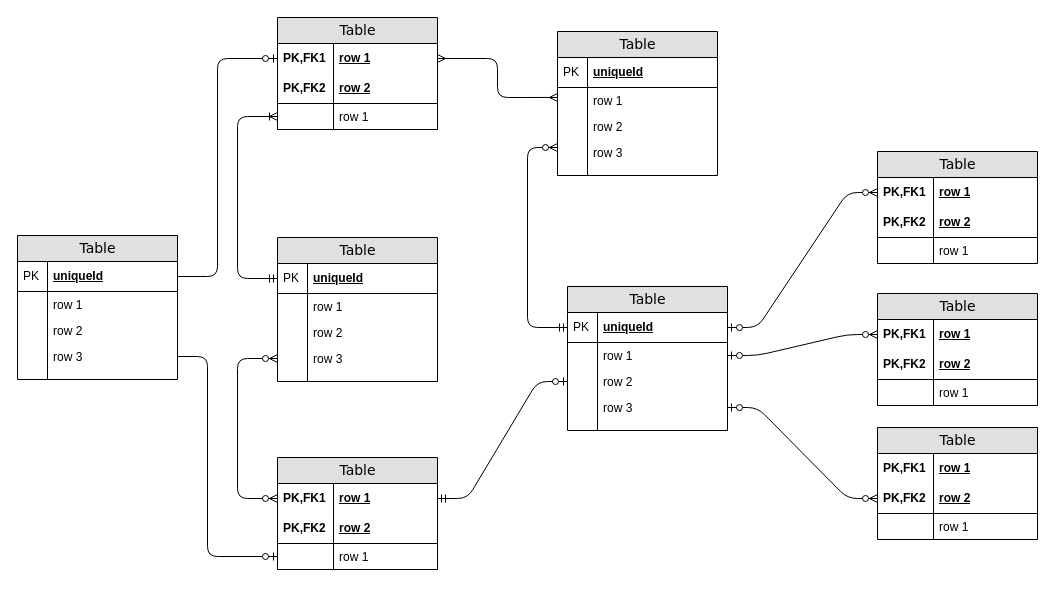
This is Untitled Diagram.drawio from rfhussain/AGDW, a draw.io file, before an edit. Source tidied: cells renumbered, new cells numbered last; positions are measured from the earlier drawing's top-left corner, leaving out a move shared by most shapes. Both pictures are drawn from the tidied source at 100%, with x=0, y=0 at pixel (17, 17).
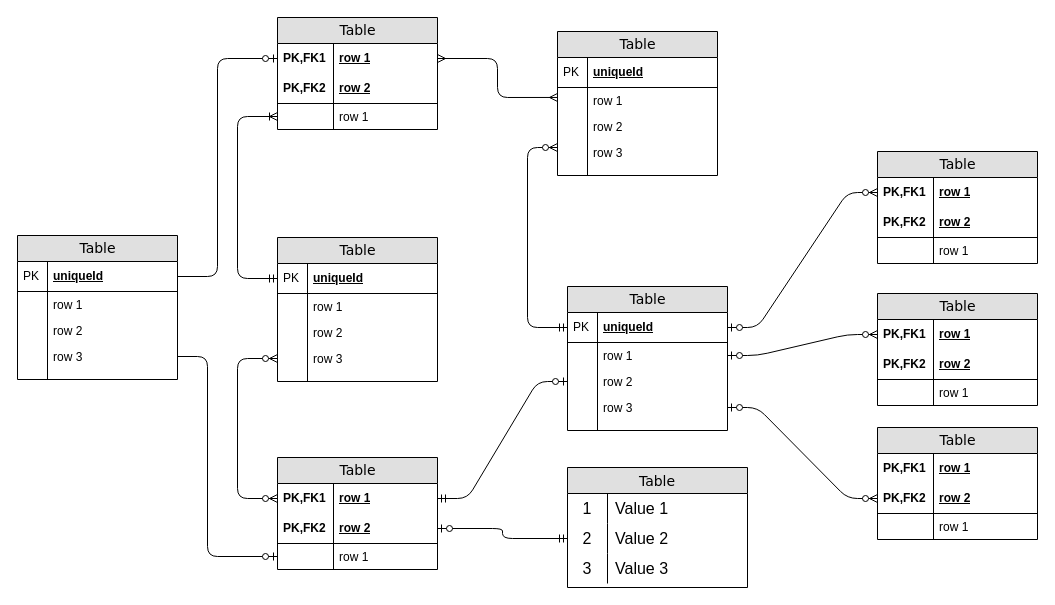
The same page after the edit.

Unchanged cells that the change refers to:
```xml
<mxCell id="52" value="row 2" style="shape=partialRectangle;top=0;left=0;right=0;bottom=1;html=1;align=left;verticalAlign=middle;fillColor=none;spacingLeft=60;spacingRight=4;whiteSpace=wrap;overflow=hidden;points=[[0,0.5],[1,0.5]];portConstraint=eastwest;fontStyle=5;" parent="49" vertex="1">
  <mxGeometry y="56" width="160" height="30" as="geometry" />
</mxCell>
```

Diff of the diagram source:
```diff
@@
+    <mxCell id="91" value="Table" style="shape=table;startSize=26;childLayout=tableLayout;rowLines=0;fontStyle=0;strokeColor=default;fontSize=14;fontFamily=Verdana;fillColor=#e0e0e0;swimlaneFillColor=#ffffff;rounded=0;shadow=0;comic=0;labelBackgroundColor=none;strokeWidth=1;" parent="1" vertex="1">
+      <mxGeometry x="550" y="450" width="180" height="120" as="geometry" />
+    </mxCell>
+    <mxCell id="92" style="shape=tableRow;horizontal=0;startSize=0;swimlaneHead=0;swimlaneBody=0;top=0;left=0;bottom=0;right=0;fillColor=none;strokeColor=inherit;fontSize=16;" parent="91" vertex="1">
+      <mxGeometry y="26" width="180" height="30" as="geometry" />
+    </mxCell>
+    <mxCell id="93" value="1" style="shape=partialRectangle;html=1;whiteSpace=wrap;fillColor=none;top=0;left=0;bottom=0;right=0;overflow=hidden;strokeColor=inherit;fontSize=16;" parent="92" vertex="1">
+      <mxGeometry width="40" height="30" as="geometry" />
+    </mxCell>
+    <mxCell id="94" value="Value 1" style="shape=partialRectangle;html=1;whiteSpace=wrap;fillColor=none;top=0;left=0;bottom=0;right=0;align=left;spacingLeft=6;overflow=hidden;strokeColor=inherit;fontSize=16;" parent="92" vertex="1">
+      <mxGeometry x="40" width="140" height="30" as="geometry" />
+    </mxCell>
+    <mxCell id="95" style="shape=tableRow;horizontal=0;startSize=0;swimlaneHead=0;swimlaneBody=0;top=0;left=0;bottom=0;right=0;fillColor=none;points=[[0,0.5],[1,0.5]];portConstraint=eastwest;strokeColor=inherit;fontSize=16;" parent="91" vertex="1">
+      <mxGeometry y="56" width="180" height="30" as="geometry" />
+    </mxCell>
+    <mxCell id="96" value="2" style="shape=partialRectangle;html=1;whiteSpace=wrap;fillColor=none;top=0;left=0;bottom=0;right=0;overflow=hidden;strokeColor=inherit;fontSize=16;" parent="95" vertex="1">
+      <mxGeometry width="40" height="30" as="geometry" />
+    </mxCell>
+    <mxCell id="97" value="Value 2" style="shape=partialRectangle;html=1;whiteSpace=wrap;fillColor=none;top=0;left=0;bottom=0;right=0;align=left;spacingLeft=6;overflow=hidden;strokeColor=inherit;fontSize=16;" parent="95" vertex="1">
+      <mxGeometry x="40" width="140" height="30" as="geometry" />
+    </mxCell>
+    <mxCell id="98" style="shape=tableRow;horizontal=0;startSize=0;swimlaneHead=0;swimlaneBody=0;top=0;left=0;bottom=0;right=0;fillColor=none;strokeColor=inherit;fontSize=16;" parent="91" vertex="1">
+      <mxGeometry y="86" width="180" height="30" as="geometry" />
+    </mxCell>
+    <mxCell id="99" value="3" style="shape=partialRectangle;html=1;whiteSpace=wrap;fillColor=none;top=0;left=0;bottom=0;right=0;overflow=hidden;strokeColor=inherit;fontSize=16;" parent="98" vertex="1">
+      <mxGeometry width="40" height="30" as="geometry" />
+    </mxCell>
+    <mxCell id="100" value="Value 3" style="shape=partialRectangle;html=1;whiteSpace=wrap;fillColor=none;top=0;left=0;bottom=0;right=0;align=left;spacingLeft=6;overflow=hidden;strokeColor=inherit;fontSize=16;" parent="98" vertex="1">
+      <mxGeometry x="40" width="140" height="30" as="geometry" />
+    </mxCell>
+    <mxCell id="101" style="edgeStyle=orthogonalEdgeStyle;rounded=1;jettySize=auto;html=1;entryX=1;entryY=0.5;entryDx=0;entryDy=0;labelBackgroundColor=none;endArrow=ERzeroToOne;fontSize=14;fontFamily=Verdana;startArrow=ERmandOne;" parent="1" edge="1" source="95" target="52">
+      <mxGeometry relative="1" as="geometry" />
+    </mxCell>
```
